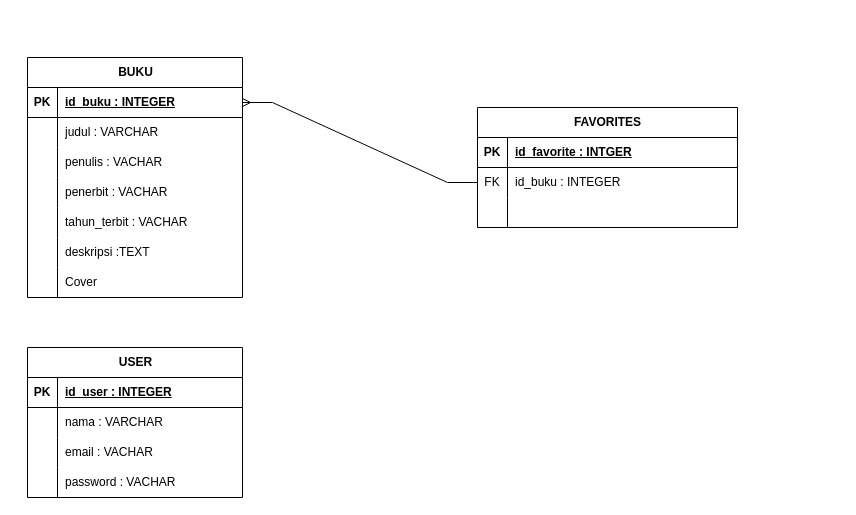
Above: page "ERD" (2 of 3) of Diagram bukukuy.drawio in RakhaRandika/aplikasi_jejak_baca (draw.io), before the change. Source tidied: cells renumbered, new cells numbered last; positions are measured from the earlier drawing's top-left corner, leaving out a move shared by most shapes. Both pictures are drawn from the tidied source at 100%, with x=0, y=0 at pixel (27, 57).
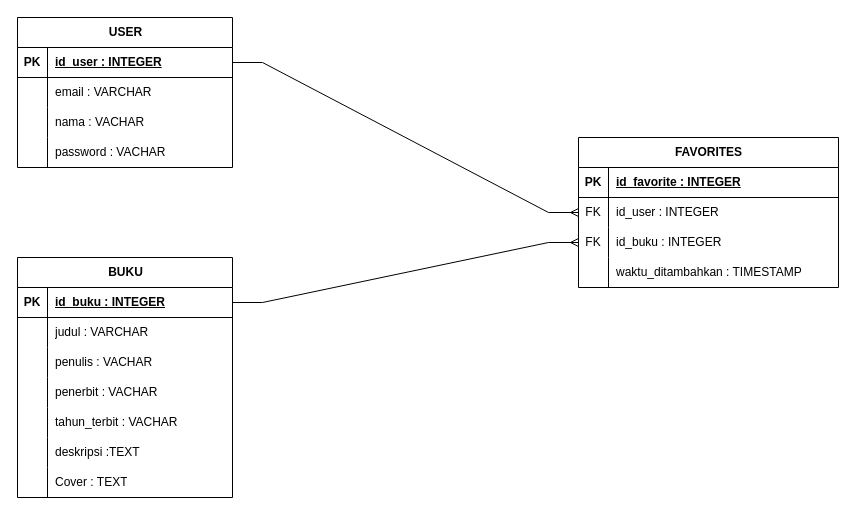
After the change.

Commit message (it also covers changes not shown here):
nagmbil locall backend di apiservice

Unchanged cells that the change refers to:
```xml
<mxCell id="3" style="shape=tableRow;horizontal=0;startSize=0;swimlaneHead=0;swimlaneBody=0;fillColor=none;top=0;left=0;right=0;bottom=1;" parent="2" vertex="1">
  <mxGeometry y="30" width="260" height="30" as="geometry" />
</mxCell>
<mxCell id="6" style="shape=tableRow;horizontal=0;startSize=0;swimlaneHead=0;swimlaneBody=0;fillColor=none;points=[[0,0.5],[1,0.5]];portConstraint=eastwest;top=0;left=0;right=0;bottom=0;" parent="2" vertex="1">
  <mxGeometry y="60" width="260" height="30" as="geometry" />
</mxCell>
<mxCell id="9" style="shape=tableRow;horizontal=0;startSize=0;swimlaneHead=0;swimlaneBody=0;fillColor=none;points=[[0,0.5],[1,0.5]];portConstraint=eastwest;top=0;left=0;right=0;bottom=0;" parent="2" vertex="1">
  <mxGeometry y="90" width="260" height="30" as="geometry" />
</mxCell>
<mxCell id="13" style="shape=tableRow;horizontal=0;startSize=0;swimlaneHead=0;swimlaneBody=0;fillColor=none;points=[[0,0.5],[1,0.5]];portConstraint=eastwest;top=0;left=0;right=0;bottom=1;" parent="12" vertex="1">
  <mxGeometry y="30" width="215" height="30" as="geometry" />
</mxCell>
<mxCell id="31" style="shape=tableRow;horizontal=0;startSize=0;swimlaneHead=0;swimlaneBody=0;fillColor=none;top=0;left=0;right=0;bottom=0;" parent="12" vertex="1">
  <mxGeometry y="210" width="215" height="30" as="geometry" />
</mxCell>
<mxCell id="36" style="shape=tableRow;horizontal=0;startSize=0;swimlaneHead=0;swimlaneBody=0;fillColor=none;points=[[0,0.5],[1,0.5]];portConstraint=eastwest;top=0;left=0;right=0;bottom=1;" parent="35" vertex="1">
  <mxGeometry y="30" width="215" height="30" as="geometry" />
</mxCell>
<mxCell id="39" style="shape=tableRow;horizontal=0;startSize=0;swimlaneHead=0;swimlaneBody=0;fillColor=none;top=0;left=0;right=0;bottom=0;" parent="35" vertex="1">
  <mxGeometry y="60" width="215" height="30" as="geometry" />
</mxCell>
<mxCell id="42" style="shape=tableRow;horizontal=0;startSize=0;swimlaneHead=0;swimlaneBody=0;fillColor=none;top=0;left=0;right=0;bottom=0;" parent="35" vertex="1">
  <mxGeometry y="90" width="215" height="30" as="geometry" />
</mxCell>
```

What changed in the source:
```diff
@@
     <mxCell id="2" value="FAVORITES" style="shape=table;startSize=30;childLayout=tableLayout;rowLines=0;fontStyle=1;align=center;html=1;" parent="1" vertex="1">
-      <mxGeometry x="450" y="50" width="260" height="120" as="geometry" />
+      <mxGeometry x="551" y="80" width="260" height="150" as="geometry" />
     </mxCell>
@@
-    <mxCell id="5" value="id_favorite : INTGER" style="shape=partialRectangle;fillColor=none;top=0;left=0;bottom=0;right=0;align=left;spacingLeft=6;fontStyle=5;overflow=hidden;whiteSpace=wrap;html=1;" parent="3" vertex="1">
+    <mxCell id="5" value="id_favorite : INTEGER" style="shape=partialRectangle;fillColor=none;top=0;left=0;bottom=0;right=0;align=left;spacingLeft=6;fontStyle=5;overflow=hidden;whiteSpace=wrap;html=1;" parent="3" vertex="1">
       <mxGeometry x="30" width="230" height="30" as="geometry" />
     </mxCell>
@@
-    <mxCell id="8" value="id_buku : INTEGER" style="shape=partialRectangle;fillColor=none;top=0;left=0;bottom=0;right=0;align=left;spacingLeft=6;overflow=hidden;whiteSpace=wrap;html=1;" parent="6" vertex="1">
+    <mxCell id="8" value="id_user : INTEGER" style="shape=partialRectangle;fillColor=none;top=0;left=0;bottom=0;right=0;align=left;spacingLeft=6;overflow=hidden;whiteSpace=wrap;html=1;" parent="6" vertex="1">
       <mxGeometry x="30" width="230" height="30" as="geometry" />
     </mxCell>
@@
-    <mxCell id="10" style="shape=partialRectangle;fillColor=none;top=0;left=0;bottom=0;right=0;overflow=hidden;whiteSpace=wrap;html=1;" parent="9" vertex="1">
+    <mxCell id="10" value="FK" style="shape=partialRectangle;fillColor=none;top=0;left=0;bottom=0;right=0;overflow=hidden;whiteSpace=wrap;html=1;" parent="9" vertex="1">
       <mxGeometry width="30" height="30" as="geometry" />
     </mxCell>
-    <mxCell id="11" style="shape=partialRectangle;fillColor=none;top=0;left=0;bottom=0;right=0;align=left;spacingLeft=6;overflow=hidden;whiteSpace=wrap;html=1;" parent="9" vertex="1">
+    <mxCell id="11" value="id_buku : INTEGER" style="shape=partialRectangle;fillColor=none;top=0;left=0;bottom=0;right=0;align=left;spacingLeft=6;overflow=hidden;whiteSpace=wrap;html=1;convertToSvg=1;svgWhiteSpace=wrap;" parent="9" vertex="1">
       <mxGeometry x="30" width="230" height="30" as="geometry" />
     </mxCell>
+    <mxCell id="48" style="shape=tableRow;horizontal=0;startSize=0;swimlaneHead=0;swimlaneBody=0;fillColor=none;top=0;left=0;right=0;bottom=0;" parent="2" vertex="1">
+      <mxGeometry y="120" width="260" height="30" as="geometry" />
+    </mxCell>
+    <mxCell id="49" style="shape=partialRectangle;fillColor=none;top=0;left=0;bottom=0;right=0;overflow=hidden;whiteSpace=wrap;html=1;" parent="48" vertex="1">
+      <mxGeometry width="30" height="30" as="geometry" />
+    </mxCell>
+    <mxCell id="50" value="waktu_ditambahkan : TIMESTAMP" style="shape=partialRectangle;fillColor=none;top=0;left=0;bottom=0;right=0;align=left;spacingLeft=6;overflow=hidden;whiteSpace=wrap;html=1;convertToSvg=1;svgWhiteSpace=wrap;" parent="48" vertex="1">
+      <mxGeometry x="30" width="230" height="30" as="geometry" />
+    </mxCell>
     <mxCell id="12" value="BUKU" style="shape=table;startSize=30;childLayout=tableLayout;rowLines=0;fontStyle=1;align=center;html=1;" parent="1" vertex="1">
-      <mxGeometry width="215" height="240" as="geometry" />
+      <mxGeometry x="-10" y="200" width="215" height="240" as="geometry" />
     </mxCell>
@@
-    <mxCell id="33" value="Cover" style="shape=partialRectangle;fillColor=none;top=0;left=0;bottom=0;right=0;align=left;spacingLeft=6;overflow=hidden;whiteSpace=wrap;html=1;" parent="31" vertex="1">
+    <mxCell id="33" value="Cover : TEXT" style="shape=partialRectangle;fillColor=none;top=0;left=0;bottom=0;right=0;align=left;spacingLeft=6;overflow=hidden;whiteSpace=wrap;html=1;" parent="31" vertex="1">
       <mxGeometry x="30" width="185" height="30" as="geometry" />
     </mxCell>
-    <mxCell id="34" style="edgeStyle=entityRelationEdgeStyle;fontSize=12;html=1;endArrow=ERmany;rounded=0;entryX=1;entryY=0.5;entryDx=0;entryDy=0;exitX=0;exitY=0.5;exitDx=0;exitDy=0;" parent="1" edge="1" source="6" target="13">
+    <mxCell id="34" style="edgeStyle=entityRelationEdgeStyle;fontSize=12;html=1;endArrow=ERmany;rounded=0;entryX=0;entryY=0.5;entryDx=0;entryDy=0;exitX=1;exitY=0.5;exitDx=0;exitDy=0;" parent="1" edge="1" source="13" target="9">
       <mxGeometry relative="1" as="geometry" />
     </mxCell>
     <mxCell id="35" value="USER" style="shape=table;startSize=30;childLayout=tableLayout;rowLines=0;fontStyle=1;align=center;html=1;" parent="1" vertex="1">
-      <mxGeometry y="290" width="215" height="150" as="geometry" />
+      <mxGeometry x="-10" y="-40" width="215" height="150" as="geometry" />
     </mxCell>
@@
-    <mxCell id="41" value="nama : VARCHAR" style="shape=partialRectangle;fillColor=none;top=0;left=0;bottom=0;right=0;align=left;spacingLeft=6;overflow=hidden;whiteSpace=wrap;html=1;" parent="39" vertex="1">
+    <mxCell id="41" value="email : VARCHAR" style="shape=partialRectangle;fillColor=none;top=0;left=0;bottom=0;right=0;align=left;spacingLeft=6;overflow=hidden;whiteSpace=wrap;html=1;" parent="39" vertex="1">
       <mxGeometry x="30" width="185" height="30" as="geometry" />
     </mxCell>
@@
-    <mxCell id="44" value="email : VACHAR" style="shape=partialRectangle;fillColor=none;top=0;left=0;bottom=0;right=0;align=left;spacingLeft=6;overflow=hidden;whiteSpace=wrap;html=1;" parent="42" vertex="1">
+    <mxCell id="44" value="nama : VACHAR" style="shape=partialRectangle;fillColor=none;top=0;left=0;bottom=0;right=0;align=left;spacingLeft=6;overflow=hidden;whiteSpace=wrap;html=1;" parent="42" vertex="1">
       <mxGeometry x="30" width="185" height="30" as="geometry" />
     </mxCell>
@@
+    <mxCell id="51" style="edgeStyle=entityRelationEdgeStyle;fontSize=12;html=1;endArrow=ERmany;rounded=0;entryX=0;entryY=0.5;entryDx=0;entryDy=0;exitX=1;exitY=0.5;exitDx=0;exitDy=0;" parent="1" edge="1" source="36" target="6">
+      <mxGeometry relative="1" as="geometry" />
+    </mxCell>
```
